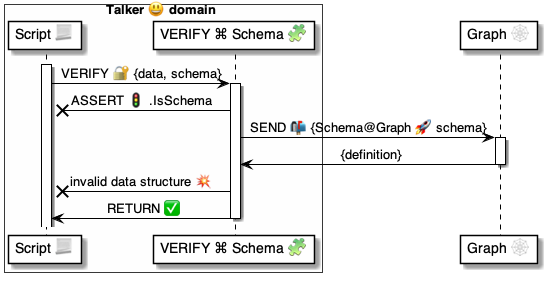
pollyweb-org/pollyweb-docs keeps this PlantUML diagram as 4 ⚙️ Solution/37 Scripts 📃/📃 Commands ⌘/⌘ for messages 📨/VERIFY 🔐/VERIFY Schema 🧩/🔐 VERIFY Schema ⚙️ uml.png. Above is the earlier version. Its source is kept beside it as 4 ⚙️ Solution/37 Scripts 📃/📃 Commands ⌘/⌘ for messages 📨/VERIFY 🔐/VERIFY Schema 🧩/🔐 VERIFY Schema ⚙️ uml.puml.
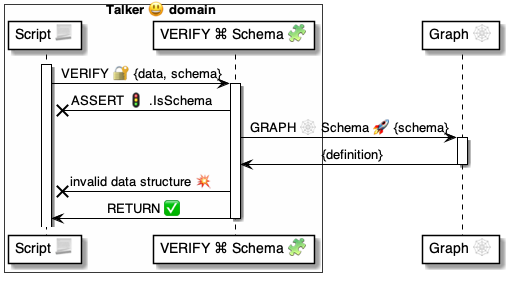
After the change.

The edit, as a diff of the source:
```diff
@@ -14,7 +14,7 @@
 
     verify -x script: ASSERT 🚦 .IsSchema
 
-    verify -> graph: SEND 📬 {Schema@Graph 🚀 schema}
+    verify -> graph: GRAPH 🕸 Schema 🚀 {schema}
     activate graph
         graph -> verify: {definition}
     deactivate graph
```
